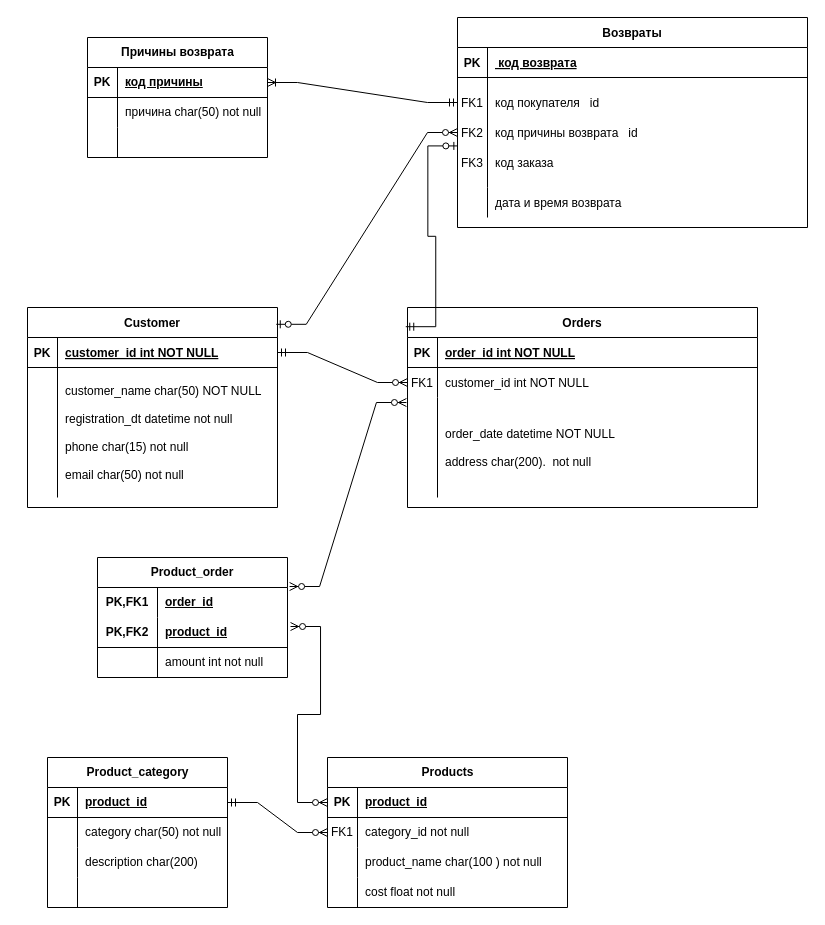
vgnevyshev/dwh keeps this draw.io diagram as components/Core data - logical.drawio. Above is the earlier version. Source tidied: cells renumbered, new cells numbered last; positions are measured from the earlier drawing's top-left corner, leaving out a move shared by most shapes. Both pictures are drawn from the tidied source at 100%, with x=0, y=0 at pixel (27, 17).
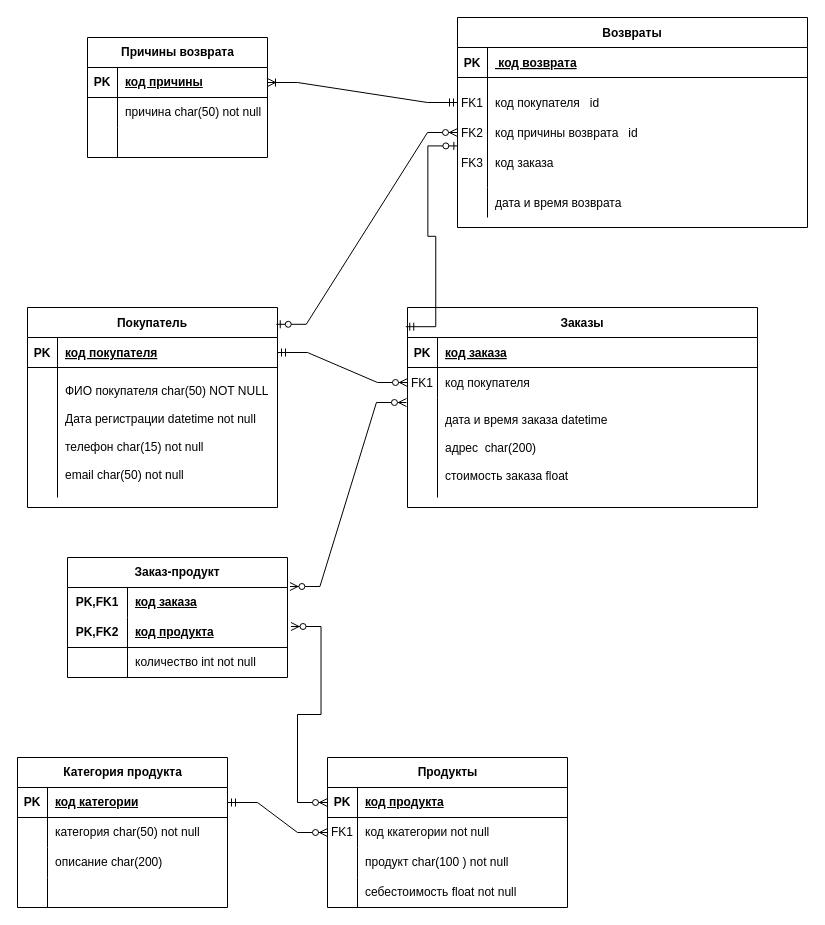
The same diagram, later.

Commit message:
Англ-рус

Unchanged cells that the change refers to:
```xml
<mxCell id="3" style="shape=partialRectangle;fillColor=none;top=0;left=0;right=0;bottom=1;" parent="2" vertex="1">
  <mxGeometry y="30" width="350" height="30" as="geometry" />
</mxCell>
<mxCell id="6" style="shape=partialRectangle;fillColor=none;points=[[0,0.5],[1,0.5]];portConstraint=eastwest;top=0;left=0;right=0;bottom=0;" parent="2" vertex="1">
  <mxGeometry y="60" width="350" height="30" as="geometry" />
</mxCell>
<mxCell id="9" style="shape=partialRectangle;fillColor=none;points=[[0,0.5],[1,0.5]];portConstraint=eastwest;top=0;left=0;right=0;bottom=0;" parent="2" vertex="1">
  <mxGeometry y="90" width="350" height="100" as="geometry" />
</mxCell>
<mxCell id="13" style="shape=partialRectangle;fillColor=none;points=[[0,0.5],[1,0.5]];portConstraint=eastwest;top=0;left=0;right=0;bottom=1;" parent="12" vertex="1">
  <mxGeometry y="30" width="250" height="30" as="geometry" />
</mxCell>
<mxCell id="16" style="shape=partialRectangle;fillColor=none;top=0;left=0;right=0;bottom=0;" parent="12" vertex="1">
  <mxGeometry y="60" width="250" height="130" as="geometry" />
</mxCell>
<mxCell id="43" style="shape=tableRow;horizontal=0;startSize=0;swimlaneHead=0;swimlaneBody=0;fillColor=none;points=[[0,0.5],[1,0.5]];portConstraint=eastwest;top=0;left=0;right=0;bottom=1;" parent="42" vertex="1">
  <mxGeometry y="30" width="240" height="30" as="geometry" />
</mxCell>
<mxCell id="46" style="shape=tableRow;horizontal=0;startSize=0;swimlaneHead=0;swimlaneBody=0;fillColor=none;points=[[0,0.5],[1,0.5]];portConstraint=eastwest;top=0;left=0;right=0;bottom=0;" parent="42" vertex="1">
  <mxGeometry y="60" width="240" height="30" as="geometry" />
</mxCell>
<mxCell id="49" style="shape=tableRow;horizontal=0;startSize=0;swimlaneHead=0;swimlaneBody=0;fillColor=none;top=0;left=0;right=0;bottom=0;" parent="42" vertex="1">
  <mxGeometry y="90" width="240" height="30" as="geometry" />
</mxCell>
<mxCell id="52" style="shape=tableRow;horizontal=0;startSize=0;swimlaneHead=0;swimlaneBody=0;fillColor=none;top=0;left=0;right=0;bottom=0;" parent="42" vertex="1">
  <mxGeometry y="120" width="240" height="30" as="geometry" />
</mxCell>
```

Diff of the diagram source:
```diff
@@
-    <mxCell id="2" value="Orders" style="shape=table;startSize=30;childLayout=tableLayout;rowLines=0;fontStyle=1;align=center;" parent="1" vertex="1">
+    <mxCell id="2" value="Заказы" style="shape=table;startSize=30;childLayout=tableLayout;rowLines=0;fontStyle=1;align=center;" parent="1" vertex="1">
       <mxGeometry x="380" y="290" width="350" height="200" as="geometry" />
     </mxCell>
@@
-    <mxCell id="5" value="order_id int NOT NULL " style="shape=partialRectangle;overflow=hidden;fillColor=none;top=0;left=0;bottom=0;right=0;align=left;spacingLeft=6;fontStyle=5;" parent="3" vertex="1">
+    <mxCell id="5" value="код заказа" style="shape=partialRectangle;overflow=hidden;fillColor=none;top=0;left=0;bottom=0;right=0;align=left;spacingLeft=6;fontStyle=5;" parent="3" vertex="1">
       <mxGeometry x="30" width="320" height="30" as="geometry" />
     </mxCell>
@@
-    <mxCell id="8" value="customer_id int NOT NULL" style="shape=partialRectangle;overflow=hidden;fillColor=none;top=0;left=0;bottom=0;right=0;align=left;spacingLeft=6;" parent="6" vertex="1">
+    <mxCell id="8" value="код покупателя" style="shape=partialRectangle;overflow=hidden;fillColor=none;top=0;left=0;bottom=0;right=0;align=left;spacingLeft=6;" parent="6" vertex="1">
       <mxGeometry x="30" width="320" height="30" as="geometry" />
     </mxCell>
@@
-    <mxCell id="11" value="order_date datetime NOT NULL&#10;&#10;address char(200).  not null" style="shape=partialRectangle;overflow=hidden;fillColor=none;top=0;left=0;bottom=0;right=0;align=left;spacingLeft=6;" parent="9" vertex="1">
+    <mxCell id="11" value="дата и время заказа datetime&#10;&#10;адрес  char(200)&#10;&#10;стоимость заказа float" style="shape=partialRectangle;overflow=hidden;fillColor=none;top=0;left=0;bottom=0;right=0;align=left;spacingLeft=6;" parent="9" vertex="1">
       <mxGeometry x="30" width="320" height="100" as="geometry" />
     </mxCell>
-    <mxCell id="12" value="Customer" style="shape=table;startSize=30;childLayout=tableLayout;rowLines=0;fontStyle=1;align=center;" parent="1" vertex="1">
+    <mxCell id="12" value="Покупатель" style="shape=table;startSize=30;childLayout=tableLayout;rowLines=0;fontStyle=1;align=center;" parent="1" vertex="1">
       <mxGeometry y="290" width="250" height="200" as="geometry" />
     </mxCell>
@@
-    <mxCell id="15" value="customer_id int NOT NULL " style="shape=partialRectangle;overflow=hidden;fillColor=none;top=0;left=0;bottom=0;right=0;align=left;spacingLeft=6;fontStyle=5;" parent="13" vertex="1">
+    <mxCell id="15" value="код покупателя" style="shape=partialRectangle;overflow=hidden;fillColor=none;top=0;left=0;bottom=0;right=0;align=left;spacingLeft=6;fontStyle=5;" parent="13" vertex="1">
       <mxGeometry x="30" width="220" height="30" as="geometry" />
     </mxCell>
@@
-    <mxCell id="18" value="customer_name char(50) NOT NULL&#10;&#10;registration_dt datetime not null&#10;&#10;phone char(15) not null&#10;&#10;email char(50) not null" style="shape=partialRectangle;overflow=hidden;fillColor=none;top=0;left=0;bottom=0;right=0;align=left;spacingLeft=6;" parent="16" vertex="1">
+    <mxCell id="18" value="ФИО покупателя char(50) NOT NULL&#10;&#10;Дата регистрации datetime not null&#10;&#10;телефон char(15) not null&#10;&#10;email char(50) not null" style="shape=partialRectangle;overflow=hidden;fillColor=none;top=0;left=0;bottom=0;right=0;align=left;spacingLeft=6;" parent="16" vertex="1">
       <mxGeometry x="30" width="220" height="130" as="geometry" />
     </mxCell>
-    <mxCell id="19" value="Product_category" style="shape=table;startSize=30;childLayout=tableLayout;rowLines=0;fontStyle=1;align=center;html=1;" parent="1" vertex="1">
-      <mxGeometry x="20" y="740" width="180" height="150" as="geometry" />
+    <mxCell id="19" value="Категория продукта" style="shape=table;startSize=30;childLayout=tableLayout;rowLines=0;fontStyle=1;align=center;html=1;" parent="1" vertex="1">
+      <mxGeometry x="-10" y="740" width="210" height="150" as="geometry" />
     </mxCell>
     <mxCell id="20" style="shape=tableRow;horizontal=0;startSize=0;swimlaneHead=0;swimlaneBody=0;fillColor=none;points=[[0,0.5],[1,0.5]];portConstraint=eastwest;top=0;left=0;right=0;bottom=1;" parent="19" vertex="1">
-      <mxGeometry y="30" width="180" height="30" as="geometry" />
+      <mxGeometry y="30" width="210" height="30" as="geometry" />
     </mxCell>
@@
-    <mxCell id="22" value="product_id" style="shape=partialRectangle;fillColor=none;top=0;left=0;bottom=0;right=0;align=left;spacingLeft=6;fontStyle=5;overflow=hidden;whiteSpace=wrap;html=1;" parent="20" vertex="1">
-      <mxGeometry x="30" width="150" height="30" as="geometry" />
+    <mxCell id="22" value="код категории" style="shape=partialRectangle;fillColor=none;top=0;left=0;bottom=0;right=0;align=left;spacingLeft=6;fontStyle=5;overflow=hidden;whiteSpace=wrap;html=1;" parent="20" vertex="1">
+      <mxGeometry x="30" width="180" height="30" as="geometry" />
     </mxCell>
     <mxCell id="23" style="shape=tableRow;horizontal=0;startSize=0;swimlaneHead=0;swimlaneBody=0;fillColor=none;top=0;left=0;right=0;bottom=0;" parent="19" vertex="1">
-      <mxGeometry y="60" width="180" height="30" as="geometry" />
+      <mxGeometry y="60" width="210" height="30" as="geometry" />
     </mxCell>
@@
-    <mxCell id="25" value="category char(50) not null" style="shape=partialRectangle;fillColor=none;top=0;left=0;bottom=0;right=0;align=left;spacingLeft=6;overflow=hidden;whiteSpace=wrap;html=1;" parent="23" vertex="1">
-      <mxGeometry x="30" width="150" height="30" as="geometry" />
+    <mxCell id="25" value="категория char(50) not null" style="shape=partialRectangle;fillColor=none;top=0;left=0;bottom=0;right=0;align=left;spacingLeft=6;overflow=hidden;whiteSpace=wrap;html=1;" parent="23" vertex="1">
+      <mxGeometry x="30" width="180" height="30" as="geometry" />
     </mxCell>
     <mxCell id="26" style="shape=tableRow;horizontal=0;startSize=0;swimlaneHead=0;swimlaneBody=0;fillColor=none;top=0;left=0;right=0;bottom=0;" parent="19" vertex="1">
-      <mxGeometry y="90" width="180" height="30" as="geometry" />
+      <mxGeometry y="90" width="210" height="30" as="geometry" />
     </mxCell>
@@
-    <mxCell id="28" value="description char(200)" style="shape=partialRectangle;fillColor=none;top=0;left=0;bottom=0;right=0;align=left;spacingLeft=6;overflow=hidden;whiteSpace=wrap;html=1;" parent="26" vertex="1">
-      <mxGeometry x="30" width="150" height="30" as="geometry" />
+    <mxCell id="28" value="описание char(200)" style="shape=partialRectangle;fillColor=none;top=0;left=0;bottom=0;right=0;align=left;spacingLeft=6;overflow=hidden;whiteSpace=wrap;html=1;" parent="26" vertex="1">
+      <mxGeometry x="30" width="180" height="30" as="geometry" />
     </mxCell>
     <mxCell id="29" style="shape=tableRow;horizontal=0;startSize=0;swimlaneHead=0;swimlaneBody=0;fillColor=none;top=0;left=0;right=0;bottom=0;" parent="19" vertex="1">
-      <mxGeometry y="120" width="180" height="30" as="geometry" />
+      <mxGeometry y="120" width="210" height="30" as="geometry" />
     </mxCell>
@@
     <mxCell id="31" style="shape=partialRectangle;fillColor=none;top=0;left=0;bottom=0;right=0;align=left;spacingLeft=6;overflow=hidden;whiteSpace=wrap;html=1;" parent="29" vertex="1">
-      <mxGeometry x="30" width="150" height="30" as="geometry" />
+      <mxGeometry x="30" width="180" height="30" as="geometry" />
     </mxCell>
-    <mxCell id="32" value="Product_order" style="shape=table;startSize=30;childLayout=tableLayout;rowLines=0;fontStyle=1;align=center;html=1;whiteSpace=wrap;" parent="1" vertex="1">
-      <mxGeometry x="70" y="540" width="190" height="120" as="geometry" />
+    <mxCell id="32" value="Заказ-продукт" style="shape=table;startSize=30;childLayout=tableLayout;rowLines=0;fontStyle=1;align=center;html=1;whiteSpace=wrap;" parent="1" vertex="1">
+      <mxGeometry x="40" y="540" width="220" height="120" as="geometry" />
     </mxCell>
     <mxCell id="33" style="shape=tableRow;horizontal=0;startSize=0;swimlaneHead=0;swimlaneBody=0;fillColor=none;points=[[0,0.5],[1,0.5]];portConstraint=eastwest;top=0;left=0;right=0;bottom=0;html=1;" parent="32" vertex="1">
-      <mxGeometry y="30" width="190" height="30" as="geometry" />
+      <mxGeometry y="30" width="220" height="30" as="geometry" />
     </mxCell>
@@
-    <mxCell id="35" value="order_id" style="shape=partialRectangle;fillColor=none;top=0;left=0;bottom=0;right=0;align=left;spacingLeft=6;fontStyle=5;overflow=hidden;html=1;whiteSpace=wrap;" parent="33" vertex="1">
-      <mxGeometry x="60" width="130" height="30" as="geometry" />
+    <mxCell id="35" value="код заказа" style="shape=partialRectangle;fillColor=none;top=0;left=0;bottom=0;right=0;align=left;spacingLeft=6;fontStyle=5;overflow=hidden;html=1;whiteSpace=wrap;" parent="33" vertex="1">
+      <mxGeometry x="60" width="160" height="30" as="geometry" />
     </mxCell>
     <mxCell id="36" style="shape=tableRow;horizontal=0;startSize=0;swimlaneHead=0;swimlaneBody=0;fillColor=none;points=[[0,0.5],[1,0.5]];portConstraint=eastwest;top=0;left=0;right=0;bottom=1;html=1;" parent="32" vertex="1">
-      <mxGeometry y="60" width="190" height="30" as="geometry" />
+      <mxGeometry y="60" width="220" height="30" as="geometry" />
     </mxCell>
@@
-    <mxCell id="38" value="product_id" style="shape=partialRectangle;fillColor=none;top=0;left=0;bottom=0;right=0;align=left;spacingLeft=6;fontStyle=5;overflow=hidden;html=1;whiteSpace=wrap;" parent="36" vertex="1">
-      <mxGeometry x="60" width="130" height="30" as="geometry" />
+    <mxCell id="38" value="код продукта" style="shape=partialRectangle;fillColor=none;top=0;left=0;bottom=0;right=0;align=left;spacingLeft=6;fontStyle=5;overflow=hidden;html=1;whiteSpace=wrap;" parent="36" vertex="1">
+      <mxGeometry x="60" width="160" height="30" as="geometry" />
     </mxCell>
     <mxCell id="39" style="shape=tableRow;horizontal=0;startSize=0;swimlaneHead=0;swimlaneBody=0;fillColor=none;top=0;left=0;right=0;bottom=0;html=1;" parent="32" vertex="1">
-      <mxGeometry y="90" width="190" height="30" as="geometry" />
+      <mxGeometry y="90" width="220" height="30" as="geometry" />
     </mxCell>
@@
-    <mxCell id="41" value="amount int not null" style="shape=partialRectangle;fillColor=none;top=0;left=0;bottom=0;right=0;align=left;spacingLeft=6;overflow=hidden;html=1;whiteSpace=wrap;" parent="39" vertex="1">
-      <mxGeometry x="60" width="130" height="30" as="geometry" />
+    <mxCell id="41" value="количество int not null" style="shape=partialRectangle;fillColor=none;top=0;left=0;bottom=0;right=0;align=left;spacingLeft=6;overflow=hidden;html=1;whiteSpace=wrap;" parent="39" vertex="1">
+      <mxGeometry x="60" width="160" height="30" as="geometry" />
     </mxCell>
-    <mxCell id="42" value="Products" style="shape=table;startSize=30;childLayout=tableLayout;rowLines=0;fontStyle=1;align=center;html=1;" parent="1" vertex="1">
+    <mxCell id="42" value="Продукты" style="shape=table;startSize=30;childLayout=tableLayout;rowLines=0;fontStyle=1;align=center;html=1;" parent="1" vertex="1">
       <mxGeometry x="300" y="740" width="240" height="150" as="geometry" />
     </mxCell>
@@
-    <mxCell id="45" value="product_id" style="shape=partialRectangle;fillColor=none;top=0;left=0;bottom=0;right=0;align=left;spacingLeft=6;fontStyle=5;overflow=hidden;whiteSpace=wrap;html=1;" parent="43" vertex="1">
+    <mxCell id="45" value="код продукта" style="shape=partialRectangle;fillColor=none;top=0;left=0;bottom=0;right=0;align=left;spacingLeft=6;fontStyle=5;overflow=hidden;whiteSpace=wrap;html=1;" parent="43" vertex="1">
       <mxGeometry x="30" width="210" height="30" as="geometry" />
     </mxCell>
@@
-    <mxCell id="48" value="category_id not null" style="shape=partialRectangle;fillColor=none;top=0;left=0;bottom=0;right=0;align=left;spacingLeft=6;overflow=hidden;whiteSpace=wrap;html=1;" parent="46" vertex="1">
+    <mxCell id="48" value="код ккатегории not null" style="shape=partialRectangle;fillColor=none;top=0;left=0;bottom=0;right=0;align=left;spacingLeft=6;overflow=hidden;whiteSpace=wrap;html=1;" parent="46" vertex="1">
       <mxGeometry x="30" width="210" height="30" as="geometry" />
     </mxCell>
@@
-    <mxCell id="51" value="product_name char(100 ) not null" style="shape=partialRectangle;fillColor=none;top=0;left=0;bottom=0;right=0;align=left;spacingLeft=6;overflow=hidden;whiteSpace=wrap;html=1;" parent="49" vertex="1">
+    <mxCell id="51" value="продукт char(100 ) not null" style="shape=partialRectangle;fillColor=none;top=0;left=0;bottom=0;right=0;align=left;spacingLeft=6;overflow=hidden;whiteSpace=wrap;html=1;" parent="49" vertex="1">
       <mxGeometry x="30" width="210" height="30" as="geometry" />
     </mxCell>
@@
-    <mxCell id="54" value="cost float not null" style="shape=partialRectangle;fillColor=none;top=0;left=0;bottom=0;right=0;align=left;spacingLeft=6;overflow=hidden;whiteSpace=wrap;html=1;" parent="52" vertex="1">
+    <mxCell id="54" value="себестоимость float not null" style="shape=partialRectangle;fillColor=none;top=0;left=0;bottom=0;right=0;align=left;spacingLeft=6;overflow=hidden;whiteSpace=wrap;html=1;" parent="52" vertex="1">
       <mxGeometry x="30" width="210" height="30" as="geometry" />
     </mxCell>
```
